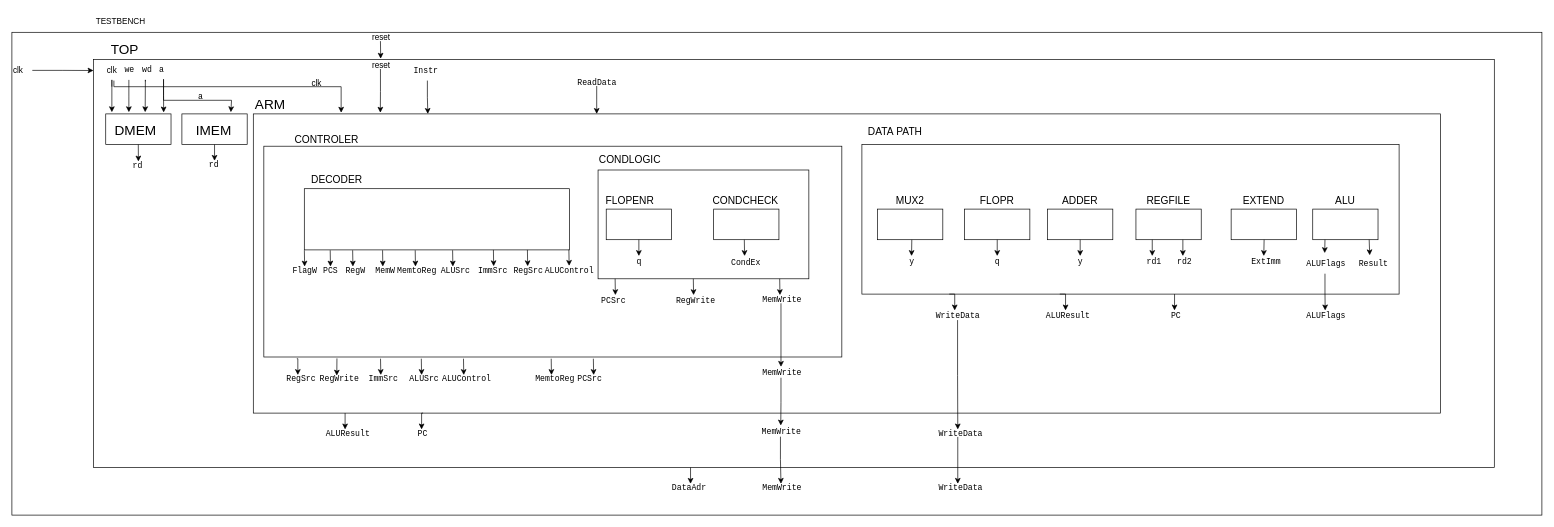
Above: ACSE.drawio in Lucas2408/ACSE (draw.io), before the change. Source tidied: cells renumbered, new cells numbered last; positions are measured from the earlier drawing's top-left corner, leaving out a move shared by most shapes. Both pictures are drawn from the tidied source at 68%, with x=0, y=0 at pixel (12, 12).
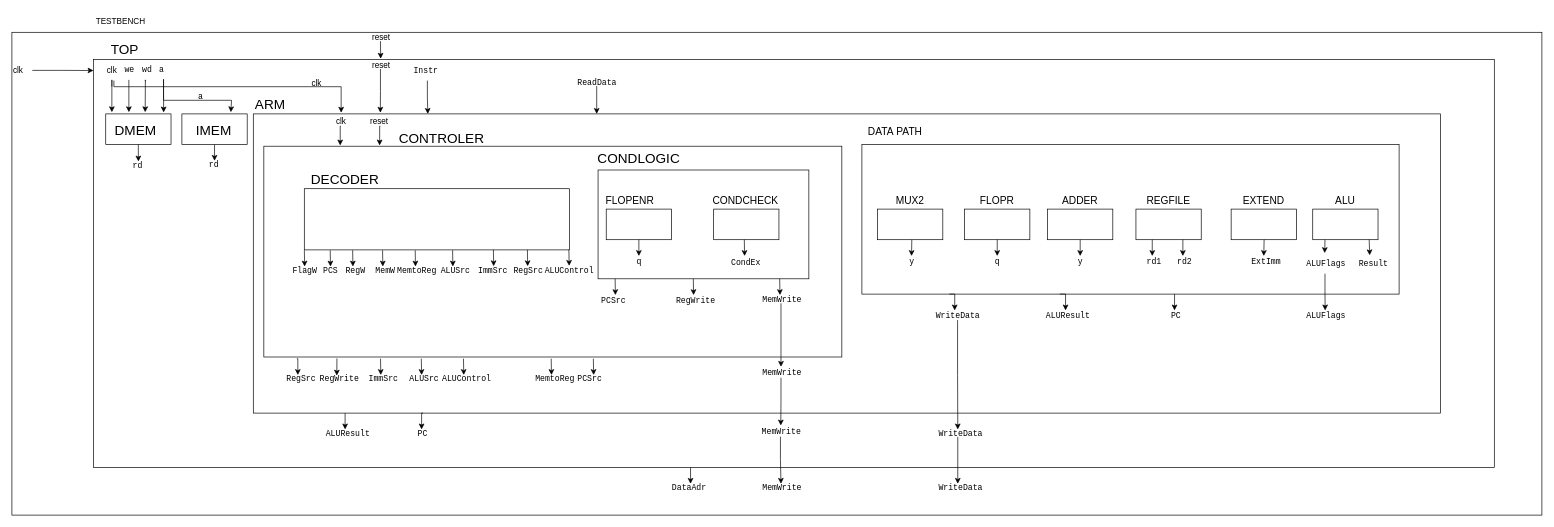
The same diagram, later.

Change to the diagram source:
```diff
@@
-    <mxCell id="18" value="&lt;font style=&quot;font-size: 15px;&quot;&gt;CONTROLER&lt;/font&gt;" style="text;html=1;align=center;verticalAlign=middle;whiteSpace=wrap;rounded=0;fontSize=20;" parent="1" vertex="1">
-      <mxGeometry x="414" y="160" width="98" height="50" as="geometry" />
-    </mxCell>
@@
-    <mxCell id="22" value="&lt;span style=&quot;font-size: 15px;&quot;&gt;DECODER&lt;/span&gt;" style="text;html=1;align=center;verticalAlign=middle;whiteSpace=wrap;rounded=0;fontSize=20;" parent="1" vertex="1">
-      <mxGeometry x="428.5" y="219" width="98" height="50" as="geometry" />
-    </mxCell>
@@
-    <mxCell id="24" value="&lt;span style=&quot;font-size: 15px;&quot;&gt;CONDLOGIC&lt;/span&gt;" style="text;html=1;align=center;verticalAlign=middle;whiteSpace=wrap;rounded=0;fontSize=20;" parent="1" vertex="1">
-      <mxGeometry x="860" y="190" width="98" height="50" as="geometry" />
-    </mxCell>
@@
+    <mxCell id="18" value="CONTROLER" style="text;html=1;align=center;verticalAlign=middle;whiteSpace=wrap;rounded=0;fontSize=20;" parent="1" vertex="1">
+      <mxGeometry x="583" y="160" width="98" height="50" as="geometry" />
+    </mxCell>
+    <mxCell id="22" value="DECODER" style="text;html=1;align=center;verticalAlign=middle;whiteSpace=wrap;rounded=0;fontSize=20;" parent="1" vertex="1">
+      <mxGeometry x="441" y="220" width="98" height="50" as="geometry" />
+    </mxCell>
+    <mxCell id="24" value="CONDLOGIC" style="text;html=1;align=center;verticalAlign=middle;whiteSpace=wrap;rounded=0;fontSize=20;" parent="1" vertex="1">
+      <mxGeometry x="873" y="190" width="98" height="50" as="geometry" />
+    </mxCell>
+    <mxCell id="144" value="clk" style="text;html=1;align=left;verticalAlign=middle;whiteSpace=wrap;rounded=0;" parent="1" vertex="1">
+      <mxGeometry x="475" y="145.5" width="18" height="30" as="geometry" />
+    </mxCell>
+    <mxCell id="145" style="edgeStyle=orthogonalEdgeStyle;rounded=0;orthogonalLoop=1;jettySize=auto;html=1;entryX=0.131;entryY=0.006;entryDx=0;entryDy=0;entryPerimeter=0;exitX=0.436;exitY=0.75;exitDx=0;exitDy=0;exitPerimeter=0;" parent="1" edge="1">
+      <mxGeometry relative="1" as="geometry">
+        <mxPoint x="483.8" y="168" as="sourcePoint" />
+        <mxPoint x="482.8" y="196.4" as="targetPoint" />
+      </mxGeometry>
+    </mxCell>
+    <mxCell id="146" style="edgeStyle=orthogonalEdgeStyle;rounded=0;orthogonalLoop=1;jettySize=auto;html=1;entryX=0.131;entryY=0.006;entryDx=0;entryDy=0;entryPerimeter=0;exitX=0.436;exitY=0.75;exitDx=0;exitDy=0;exitPerimeter=0;" parent="1" edge="1">
+      <mxGeometry relative="1" as="geometry">
+        <mxPoint x="541.8" y="168" as="sourcePoint" />
+        <mxPoint x="540.8" y="196.4" as="targetPoint" />
+      </mxGeometry>
+    </mxCell>
+    <mxCell id="147" value="reset" style="text;html=1;align=left;verticalAlign=middle;whiteSpace=wrap;rounded=0;" parent="1" vertex="1">
+      <mxGeometry x="525" y="145.5" width="37" height="30" as="geometry" />
+    </mxCell>
```
